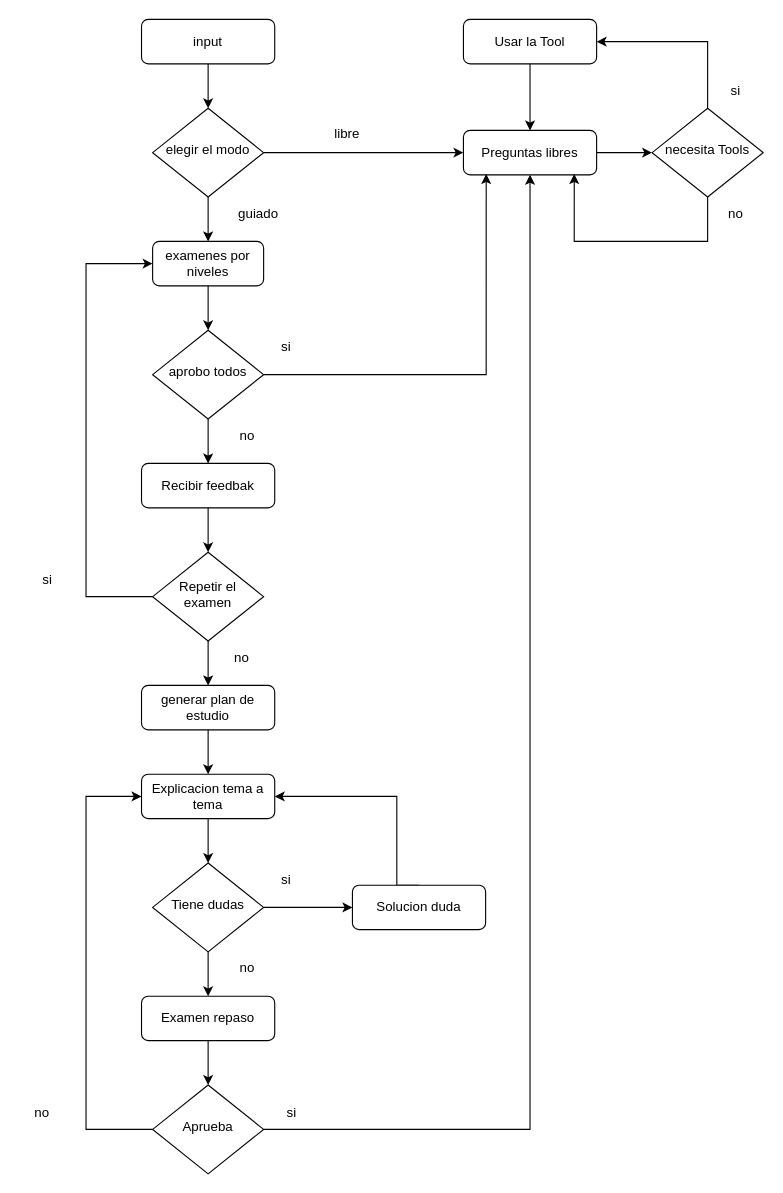
This is diagrams/flujo del proceso.drawio from josemgoji/custom_agent, a draw.io file, before an edit. Source tidied: cells renumbered, new cells numbered last; positions are measured from the earlier drawing's top-left corner, leaving out a move shared by most shapes. Both pictures are drawn from the tidied source at 111%, with x=0, y=0 at pixel (19, 19).
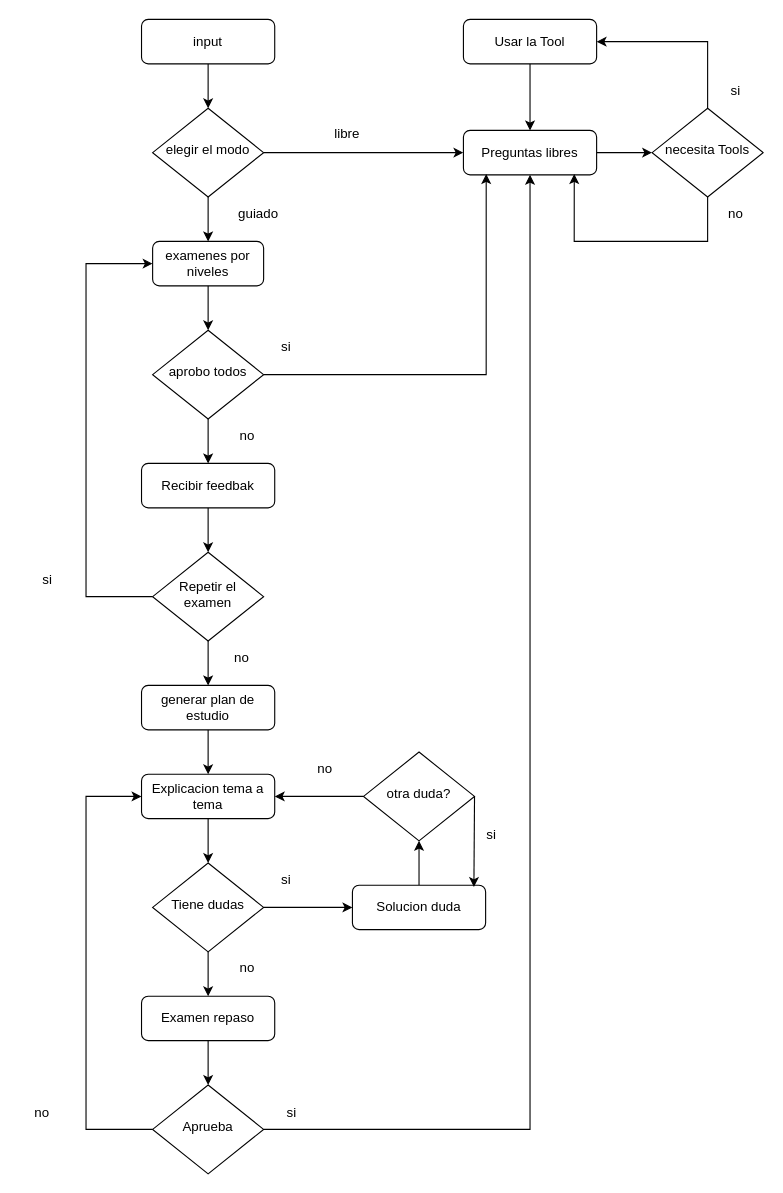
After the change.

Commit message:
adicion condicional de: otra duda?

Unchanged cells that the change refers to:
```xml
<mxCell id="22" value="Explicacion tema a tema" style="rounded=1;whiteSpace=wrap;html=1;fontSize=12;glass=0;strokeWidth=1;shadow=0;" parent="1" vertex="1">
  <mxGeometry x="110" y="680" width="120" height="40" as="geometry" />
</mxCell>
<mxCell id="27" value="Solucion duda" style="rounded=1;whiteSpace=wrap;html=1;fontSize=12;glass=0;strokeWidth=1;shadow=0;" parent="1" vertex="1">
  <mxGeometry x="300" y="780" width="120" height="40" as="geometry" />
</mxCell>
```

Diff of the diagram source:
```diff
@@
-    <mxCell id="26" style="edgeStyle=orthogonalEdgeStyle;rounded=0;jettySize=auto;html=1;exitX=0.5;exitY=0;exitDx=0;exitDy=0;entryX=1;entryY=0.5;entryDx=0;entryDy=0;" parent="1" edge="1" source="27" target="22">
-      <mxGeometry relative="1" as="geometry">
-        <Array as="points">
-          <mxPoint x="340" y="780" />
-          <mxPoint x="340" y="700" />
-        </Array>
-      </mxGeometry>
-    </mxCell>
+    <mxCell id="50" style="edgeStyle=none;html=1;exitX=0.5;exitY=0;exitDx=0;exitDy=0;entryX=0.5;entryY=1;entryDx=0;entryDy=0;" parent="1" edge="1" source="27" target="52">
+      <mxGeometry relative="1" as="geometry" />
+    </mxCell>
@@
+    <mxCell id="51" style="edgeStyle=none;html=1;exitX=0;exitY=0.5;exitDx=0;exitDy=0;" parent="1" edge="1" source="52" target="22">
+      <mxGeometry relative="1" as="geometry" />
+    </mxCell>
+    <mxCell id="52" value="otra duda?" style="rhombus;whiteSpace=wrap;html=1;shadow=0;fontFamily=Helvetica;fontSize=12;align=center;strokeWidth=1;spacing=6;spacingTop=-4;" parent="1" vertex="1">
+      <mxGeometry x="310" y="660" width="100" height="80" as="geometry" />
+    </mxCell>
+    <mxCell id="53" style="edgeStyle=none;html=1;exitX=1;exitY=0.5;exitDx=0;exitDy=0;entryX=0.912;entryY=0.041;entryDx=0;entryDy=0;entryPerimeter=0;" parent="1" edge="1" source="52" target="27">
+      <mxGeometry relative="1" as="geometry" />
+    </mxCell>
+    <mxCell id="54" value="si" style="text;html=1;align=center;verticalAlign=middle;strokeColor=none;fillColor=none;" parent="1" vertex="1">
+      <mxGeometry x="410" y="720" width="30" height="30" as="geometry" />
+    </mxCell>
+    <mxCell id="55" value="no" style="text;html=1;align=center;verticalAlign=middle;strokeColor=none;fillColor=none;" parent="1" vertex="1">
+      <mxGeometry x="255" y="660" width="40" height="30" as="geometry" />
+    </mxCell>
```
